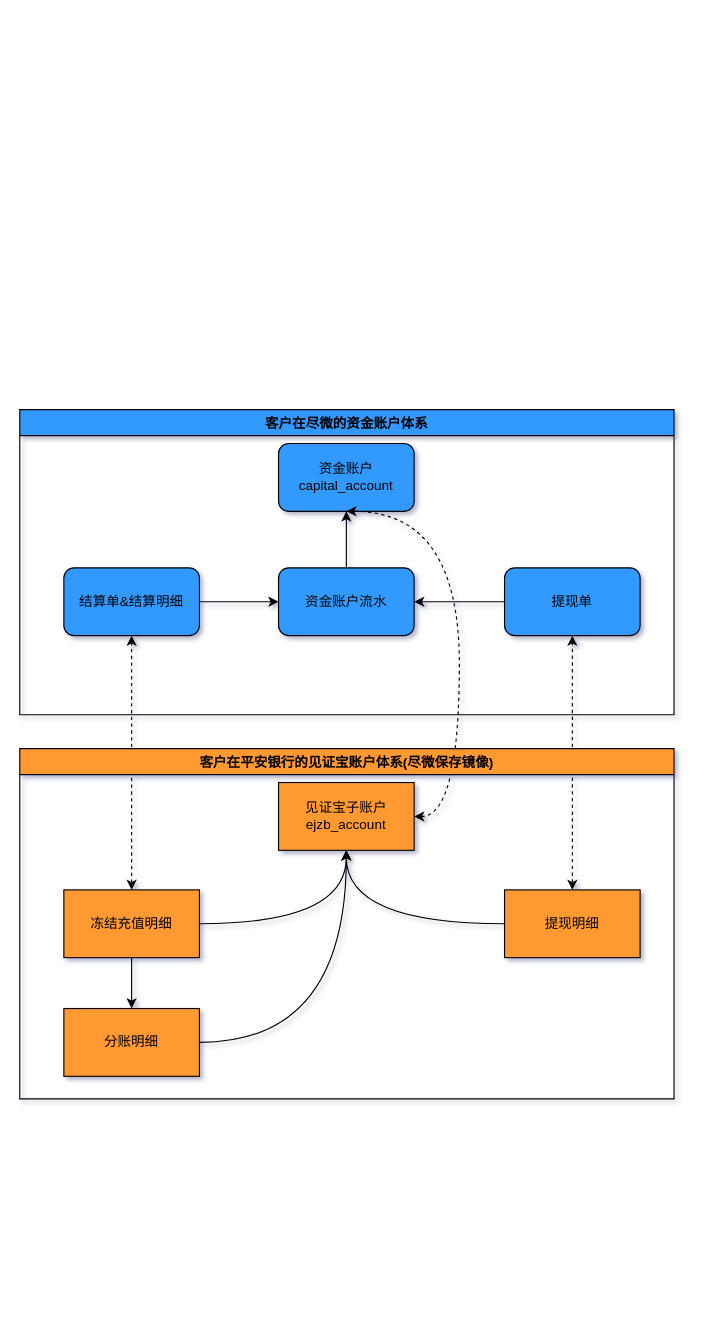
Above: 财务支付-资金账户体系.drawio in catface996/images (draw.io), before the change. Source tidied: cells renumbered, new cells numbered last; positions are measured from the earlier drawing's top-left corner, leaving out a move shared by most shapes. Both pictures are drawn from the tidied source at 113%, with x=0, y=0 at pixel (19, 409).
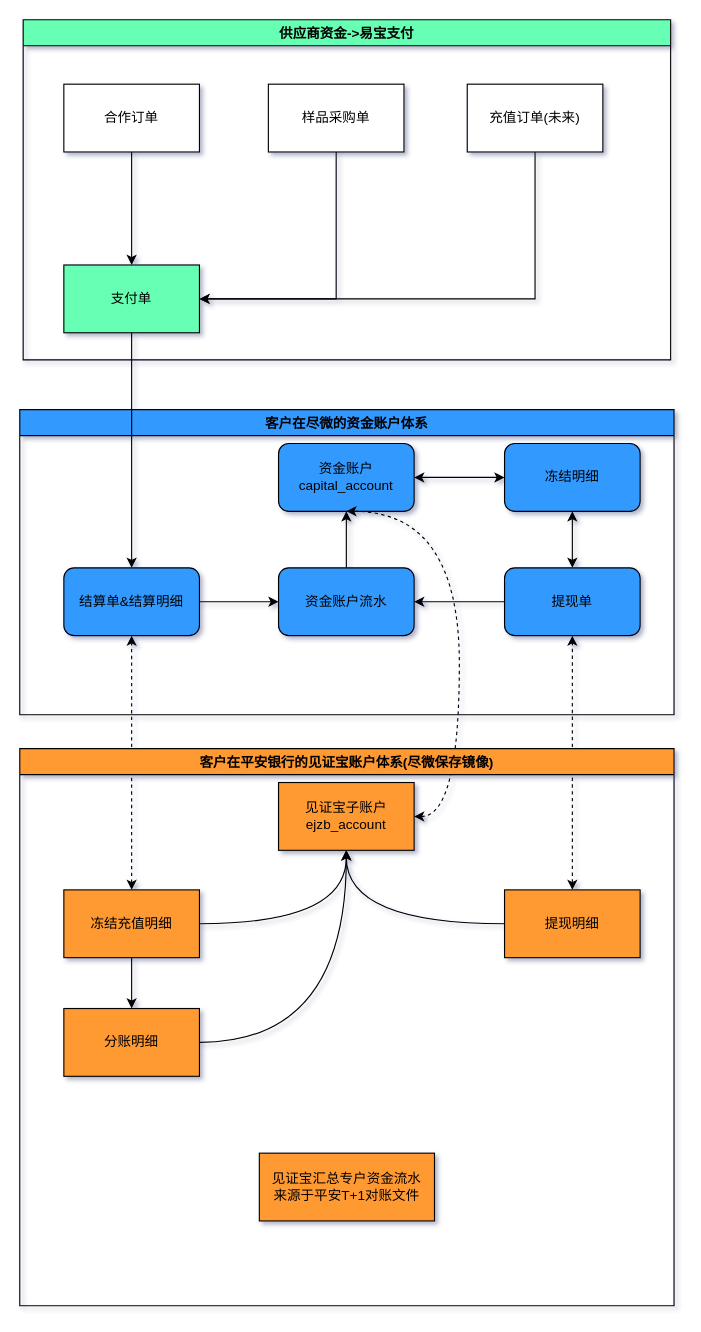
The same diagram, later.

Commit message:
更新财务支付-资金账户体系.drawio

The change refers to these unchanged cells:
```xml
<mxCell id="2" value="资金账户&lt;br&gt;capital_account" style="rounded=1;whiteSpace=wrap;html=1;fillColor=#3399FF;" parent="1" vertex="1">
  <mxGeometry x="229" y="30" width="120" height="60" as="geometry" />
</mxCell>
<mxCell id="4" value="结算单&amp;amp;结算明细" style="rounded=1;whiteSpace=wrap;html=1;fillColor=#3399FF;" parent="1" vertex="1">
  <mxGeometry x="39" y="140" width="120" height="60" as="geometry" />
</mxCell>
<mxCell id="6" value="提现单" style="rounded=1;whiteSpace=wrap;html=1;fillColor=#3399FF;" parent="1" vertex="1">
  <mxGeometry x="429" y="140" width="120" height="60" as="geometry" />
</mxCell>
<mxCell id="20" value="客户在尽微的资金账户体系" style="swimlane;fillColor=#3399FF;" parent="1" vertex="1">
  <mxGeometry width="579" height="270" as="geometry" />
</mxCell>
```

Change to the diagram source:
```diff
@@
+    <mxCell id="22" value="冻结明细" style="rounded=1;whiteSpace=wrap;html=1;fillColor=#3399FF;" parent="20" vertex="1">
+      <mxGeometry x="429" y="30" width="120" height="60" as="geometry" />
+    </mxCell>
     <mxCell id="21" value="客户在平安银行的见证宝账户体系(尽微保存镜像)" style="swimlane;fillColor=#FF9933;" parent="1" vertex="1">
-      <mxGeometry y="300" width="579" height="310" as="geometry" />
+      <mxGeometry y="300" width="579" height="493" as="geometry" />
     </mxCell>
+    <mxCell id="23" value="见证宝汇总专户资金流水&lt;br&gt;来源于平安T+1对账文件" style="rounded=0;whiteSpace=wrap;html=1;fillColor=#FF9933;" parent="21" vertex="1">
+      <mxGeometry x="212" y="358" width="155" height="60" as="geometry" />
+    </mxCell>
+    <mxCell id="24" value="供应商资金-&gt;易宝支付" style="swimlane;fillColor=#66FFB3;" parent="1" vertex="1">
+      <mxGeometry x="3" y="-345" width="573" height="301" as="geometry" />
+    </mxCell>
+    <mxCell id="25" value="合作订单" style="rounded=0;whiteSpace=wrap;html=1;" parent="24" vertex="1">
+      <mxGeometry x="36" y="57" width="120" height="60" as="geometry" />
+    </mxCell>
+    <mxCell id="26" value="支付单" style="rounded=0;whiteSpace=wrap;html=1;fillColor=#66FFB3;" parent="24" vertex="1">
+      <mxGeometry x="36" y="217" width="120" height="60" as="geometry" />
+    </mxCell>
+    <mxCell id="27" style="edgeStyle=orthogonalEdgeStyle;rounded=0;jettySize=auto;html=1;entryX=0.5;entryY=0;entryDx=0;entryDy=0;" parent="24" edge="1" source="25" target="26">
+      <mxGeometry relative="1" as="geometry" />
+    </mxCell>
+    <mxCell id="28" style="edgeStyle=orthogonalEdgeStyle;rounded=0;jettySize=auto;html=1;entryX=1;entryY=0.5;entryDx=0;entryDy=0;" parent="24" edge="1" source="29" target="26">
+      <mxGeometry relative="1" as="geometry">
+        <Array as="points">
+          <mxPoint x="277" y="247" />
+        </Array>
+      </mxGeometry>
+    </mxCell>
+    <mxCell id="29" value="样品采购单" style="rounded=0;whiteSpace=wrap;html=1;" parent="24" vertex="1">
+      <mxGeometry x="217" y="57" width="120" height="60" as="geometry" />
+    </mxCell>
+    <mxCell id="30" style="edgeStyle=orthogonalEdgeStyle;rounded=0;jettySize=auto;html=1;entryX=1;entryY=0.5;entryDx=0;entryDy=0;" parent="24" edge="1" source="31" target="26">
+      <mxGeometry relative="1" as="geometry">
+        <Array as="points">
+          <mxPoint x="453" y="247" />
+        </Array>
+      </mxGeometry>
+    </mxCell>
+    <mxCell id="31" value="充值订单(未来)" style="rounded=0;whiteSpace=wrap;html=1;" parent="24" vertex="1">
+      <mxGeometry x="393" y="57" width="120" height="60" as="geometry" />
+    </mxCell>
+    <mxCell id="32" style="edgeStyle=orthogonalEdgeStyle;rounded=0;jettySize=auto;html=1;entryX=0.5;entryY=0;entryDx=0;entryDy=0;" parent="1" edge="1" source="26" target="4">
+      <mxGeometry relative="1" as="geometry" />
+    </mxCell>
+    <mxCell id="33" style="edgeStyle=orthogonalEdgeStyle;rounded=0;jettySize=auto;html=1;entryX=0.5;entryY=0;entryDx=0;entryDy=0;startArrow=classic;startFill=1;" parent="1" edge="1" source="22" target="6">
+      <mxGeometry relative="1" as="geometry" />
+    </mxCell>
+    <mxCell id="34" style="edgeStyle=orthogonalEdgeStyle;rounded=0;jettySize=auto;html=1;entryX=1;entryY=0.5;entryDx=0;entryDy=0;startArrow=classic;startFill=1;" parent="1" edge="1" source="22" target="2">
+      <mxGeometry relative="1" as="geometry" />
+    </mxCell>
```
